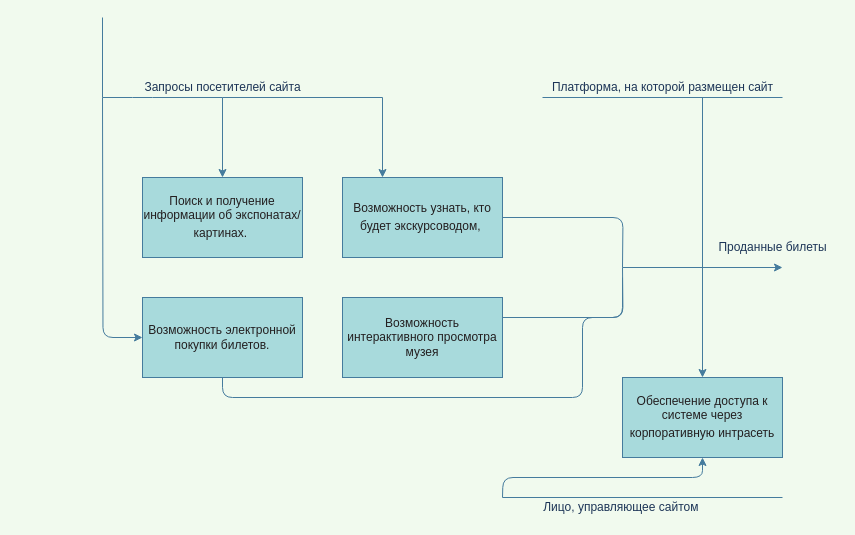
Before: Декомпозиция-для-А-0.drawio in Barashek-1507/SRDandA, a draw.io diagram. Source tidied: cells renumbered, new cells numbered last; positions are measured from the earlier drawing's top-left corner, leaving out a move shared by most shapes. Both pictures are drawn from the tidied source at 100%, with x=0, y=0 at pixel (102, 17).
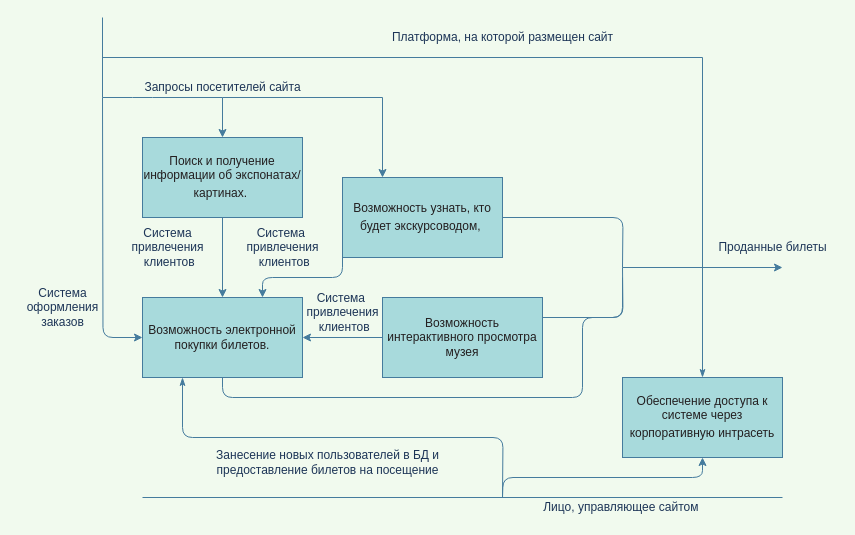
Above is the later version.

Unchanged cells that the change refers to:
```xml
<mxCell id="4" value="&lt;span style=&quot;font-family: &amp;#34;arial&amp;#34; , sans-serif ; color: rgb(35 , 31 , 32)&quot;&gt;&lt;font style=&quot;font-size: 12px&quot;&gt;Возможность узнать, кто будет экскурсоводом,&amp;nbsp;&lt;/font&gt;&lt;/span&gt;&lt;span style=&quot;color: rgb(0 , 0 , 0) ; font-size: medium&quot;&gt;&lt;/span&gt;" style="rounded=0;whiteSpace=wrap;html=1;sketch=0;strokeColor=#457B9D;fillColor=#A8DADC;fontColor=#1D3557;" parent="1" vertex="1">
  <mxGeometry x="240" y="160" width="160" height="80" as="geometry" />
</mxCell>
<mxCell id="9" value="&lt;p class=&quot;MsoNormal&quot; style=&quot;margin: 0cm ; font-family: &amp;#34;calibri&amp;#34; , sans-serif ; color: rgb(0 , 0 , 0)&quot;&gt;&lt;span style=&quot;font-family: &amp;#34;arial&amp;#34; , sans-serif ; color: rgb(35 , 31 , 32)&quot;&gt;&lt;font style=&quot;font-size: 12px&quot;&gt;Возможность электронной покупки билетов.&lt;/font&gt;&lt;/span&gt;&lt;/p&gt;" style="rounded=0;whiteSpace=wrap;html=1;sketch=0;strokeColor=#457B9D;fillColor=#A8DADC;fontColor=#1D3557;align=center;" parent="1" vertex="1">
  <mxGeometry x="40" y="280" width="160" height="80" as="geometry" />
</mxCell>
<mxCell id="12" value="&lt;span style=&quot;font-family: &amp;#34;arial&amp;#34; , sans-serif ; color: rgb(35 , 31 , 32)&quot;&gt;&lt;font style=&quot;font-size: 12px&quot;&gt;Обеспечение доступа к системе через корпоративную интрасеть&lt;/font&gt;&lt;/span&gt;&lt;span style=&quot;color: rgb(0 , 0 , 0) ; font-size: medium&quot;&gt;&lt;/span&gt;" style="rounded=0;whiteSpace=wrap;html=1;sketch=0;strokeColor=#457B9D;fillColor=#A8DADC;fontColor=#1D3557;" parent="1" vertex="1">
  <mxGeometry x="520" y="360" width="160" height="80" as="geometry" />
</mxCell>
```

Change to the diagram source:
```diff
@@
+    <mxCell id="25" style="edgeStyle=orthogonalEdgeStyle;curved=0;rounded=1;sketch=0;jettySize=auto;html=1;exitX=0.5;exitY=1;exitDx=0;exitDy=0;entryX=0.5;entryY=0;entryDx=0;entryDy=0;startArrow=none;startFill=0;endArrow=classic;endFill=1;strokeColor=#457B9D;fillColor=#A8DADC;fontColor=#1D3557;" parent="1" edge="1" source="2" target="9">
+      <mxGeometry relative="1" as="geometry" />
+    </mxCell>
     <mxCell id="2" value="&lt;p class=&quot;MsoNormal&quot; style=&quot;margin: 0cm ; font-family: &amp;#34;calibri&amp;#34; , sans-serif ; color: rgb(0 , 0 , 0)&quot;&gt;&lt;span style=&quot;font-family: &amp;#34;arial&amp;#34; , sans-serif ; color: rgb(35 , 31 , 32)&quot;&gt;&lt;font style=&quot;font-size: 12px&quot;&gt;Поиск и получение информации об экспонатах/картинах.&amp;nbsp;&lt;/font&gt;&lt;font size=&quot;3&quot;&gt;&lt;/font&gt;&lt;/span&gt;&lt;/p&gt;" style="rounded=0;whiteSpace=wrap;html=1;sketch=0;strokeColor=#457B9D;fillColor=#A8DADC;fontColor=#1D3557;" parent="1" vertex="1">
-      <mxGeometry x="40" y="160" width="160" height="80" as="geometry" />
+      <mxGeometry x="40" y="120" width="160" height="80" as="geometry" />
     </mxCell>
@@
+    <mxCell id="26" style="edgeStyle=orthogonalEdgeStyle;curved=0;rounded=1;sketch=0;jettySize=auto;html=1;exitX=0;exitY=1;exitDx=0;exitDy=0;entryX=0.75;entryY=0;entryDx=0;entryDy=0;startArrow=none;startFill=0;endArrow=classic;endFill=1;strokeColor=#457B9D;fillColor=#A8DADC;fontColor=#1D3557;" parent="1" edge="1" source="4" target="9">
+      <mxGeometry relative="1" as="geometry" />
+    </mxCell>
@@
+    <mxCell id="27" style="edgeStyle=orthogonalEdgeStyle;curved=0;rounded=1;sketch=0;jettySize=auto;html=1;exitX=0;exitY=0.5;exitDx=0;exitDy=0;entryX=1;entryY=0.5;entryDx=0;entryDy=0;startArrow=none;startFill=0;endArrow=classic;endFill=1;strokeColor=#457B9D;fillColor=#A8DADC;fontColor=#1D3557;" parent="1" edge="1" source="6" target="9">
+      <mxGeometry relative="1" as="geometry" />
+    </mxCell>
     <mxCell id="6" value="&lt;div&gt;&lt;div&gt;&lt;div&gt;&lt;div&gt;&lt;div&gt;&lt;div&gt;&lt;span style=&quot;color: rgb(35 , 31 , 32) ; font-family: &amp;#34;arial&amp;#34; , sans-serif&quot;&gt;Возможность интерактивного просмотра музея&lt;/span&gt;&lt;/div&gt;&lt;/div&gt;&lt;/div&gt;&lt;/div&gt;&lt;/div&gt;&lt;/div&gt;&lt;span style=&quot;color: rgb(0 , 0 , 0) ; font-size: medium&quot;&gt;&lt;/span&gt;" style="rounded=0;whiteSpace=wrap;html=1;sketch=0;strokeColor=#457B9D;fillColor=#A8DADC;fontColor=#1D3557;" parent="1" vertex="1">
-      <mxGeometry x="240" y="280" width="160" height="80" as="geometry" />
+      <mxGeometry x="280" y="280" width="160" height="80" as="geometry" />
     </mxCell>
@@
+    <mxCell id="28" style="edgeStyle=orthogonalEdgeStyle;curved=0;rounded=1;sketch=0;jettySize=auto;html=1;exitX=0.25;exitY=1;exitDx=0;exitDy=0;startArrow=classicThin;startFill=1;endArrow=none;endFill=0;strokeColor=#457B9D;fillColor=#A8DADC;fontColor=#1D3557;" parent="1" edge="1" source="9">
+      <mxGeometry relative="1" as="geometry">
+        <mxPoint x="400" y="480" as="targetPoint" />
+      </mxGeometry>
+    </mxCell>
@@
-    <mxCell id="11" style="edgeStyle=orthogonalEdgeStyle;curved=0;rounded=1;sketch=0;jettySize=auto;html=1;exitX=0.5;exitY=0;exitDx=0;exitDy=0;startArrow=classic;startFill=1;endArrow=none;endFill=0;strokeColor=#457B9D;fillColor=#A8DADC;fontColor=#1D3557;" parent="1" edge="1" source="12">
-      <mxGeometry relative="1" as="geometry">
-        <mxPoint x="600" y="80" as="targetPoint" />
-      </mxGeometry>
-    </mxCell>
+    <mxCell id="29" style="edgeStyle=orthogonalEdgeStyle;curved=0;rounded=1;sketch=0;jettySize=auto;html=1;exitX=0.5;exitY=0;exitDx=0;exitDy=0;startArrow=classicThin;startFill=1;endArrow=none;endFill=0;strokeColor=#457B9D;fillColor=#A8DADC;fontColor=#1D3557;" parent="1" edge="1" source="12">
+      <mxGeometry relative="1" as="geometry">
+        <mxPoint x="600" y="40" as="targetPoint" />
+      </mxGeometry>
+    </mxCell>
@@
     <mxCell id="18" style="endArrow=none;html=1;strokeColor=#457B9D;fillColor=#A8DADC;fontColor=#1D3557;" parent="1" edge="1">
       <mxGeometry relative="1" as="geometry">
-        <mxPoint x="400" y="480" as="sourcePoint" />
+        <mxPoint x="40" y="480" as="sourcePoint" />
         <mxPoint x="680" y="480" as="targetPoint" />
       </mxGeometry>
     </mxCell>
@@
     <mxCell id="20" style="endArrow=none;html=1;strokeColor=#457B9D;fillColor=#A8DADC;fontColor=#1D3557;" parent="1" edge="1">
       <mxGeometry relative="1" as="geometry">
-        <mxPoint x="680" y="80" as="sourcePoint" />
-        <mxPoint x="440" y="80" as="targetPoint" />
+        <mxPoint x="600" y="40" as="sourcePoint" />
+        <mxPoint y="40" as="targetPoint" />
       </mxGeometry>
     </mxCell>
     <mxCell id="21" value="Платформа, на которой размещен сайт" style="text;html=1;align=center;verticalAlign=middle;fontColor=#1D3557;" parent="1" vertex="1">
-      <mxGeometry x="440" y="60" width="240" height="20" as="geometry" />
+      <mxGeometry x="280" y="10" width="240" height="20" as="geometry" />
     </mxCell>
@@
+    <mxCell id="30" value="Система &lt;br&gt;оформления &lt;br&gt;заказов" style="text;html=1;align=center;verticalAlign=middle;fontColor=#1D3557;" parent="1" vertex="1">
+      <mxGeometry x="-85" y="265" width="90" height="50" as="geometry" />
+    </mxCell>
+    <mxCell id="31" value="Система &lt;br&gt;привлечения&lt;br&gt;&amp;nbsp;клиентов" style="text;html=1;align=center;verticalAlign=middle;fontColor=#1D3557;" parent="1" vertex="1">
+      <mxGeometry x="20" y="205" width="90" height="50" as="geometry" />
+    </mxCell>
+    <mxCell id="32" value="Система&amp;nbsp;&lt;br&gt;привлечения&lt;br&gt;&amp;nbsp;клиентов" style="text;html=1;align=center;verticalAlign=middle;fontColor=#1D3557;" parent="1" vertex="1">
+      <mxGeometry x="135" y="205" width="90" height="50" as="geometry" />
+    </mxCell>
+    <mxCell id="33" value="Занесение новых пользователей в БД и &lt;br&gt;предоставление билетов на посещение" style="text;html=1;align=center;verticalAlign=middle;fontColor=#1D3557;" parent="1" vertex="1">
+      <mxGeometry x="100" y="430" width="250" height="30" as="geometry" />
+    </mxCell>
+    <mxCell id="34" value="&lt;font style=&quot;font-size: 12px&quot;&gt;Система&amp;nbsp;&lt;br&gt;привлечения&lt;br&gt;&amp;nbsp;клиентов&lt;/font&gt;" style="text;html=1;align=center;verticalAlign=middle;fontColor=#1D3557;" parent="1" vertex="1">
+      <mxGeometry x="195" y="270" width="90" height="50" as="geometry" />
+    </mxCell>
```
